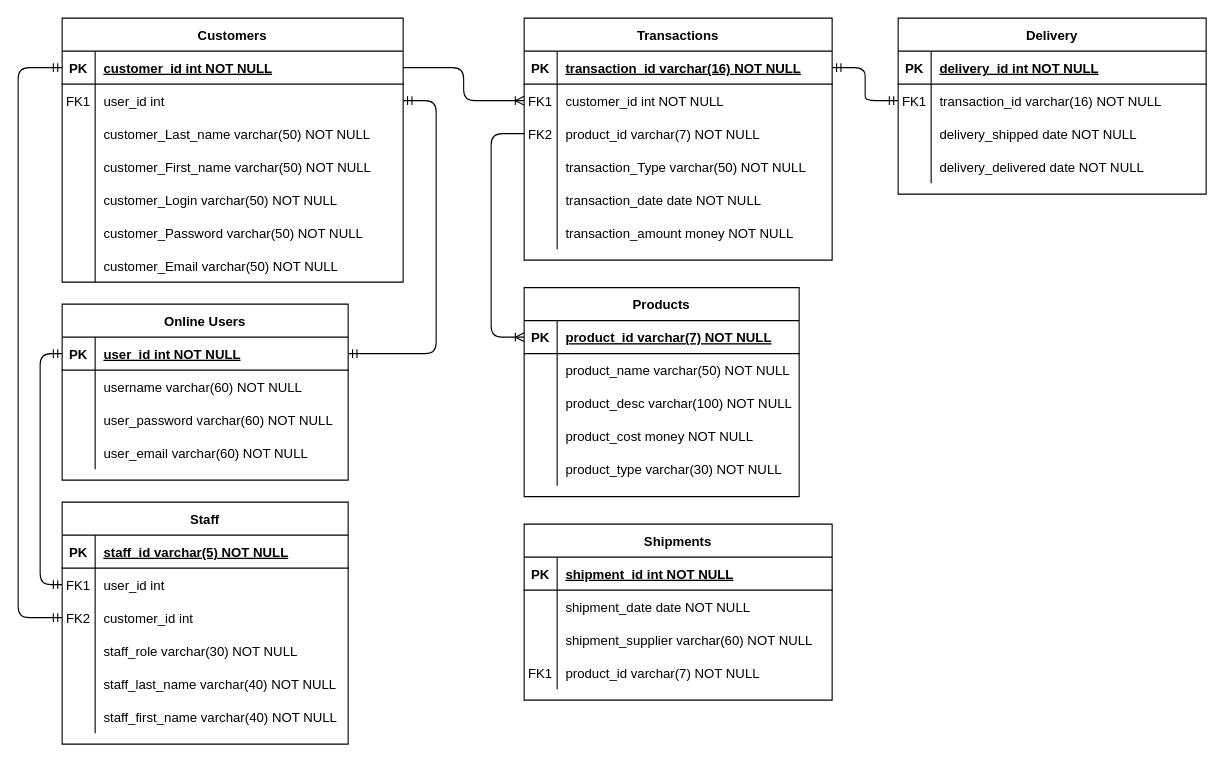
Above: Untitled Diagram.drawio in Jesse-Vasquez/Gobblin-Ghouls-n-Ghosts (draw.io), before the change. Source tidied: cells renumbered, new cells numbered last; positions are measured from the earlier drawing's top-left corner, leaving out a move shared by most shapes. Both pictures are drawn from the tidied source at 110%, with x=0, y=0 at pixel (18, 18).
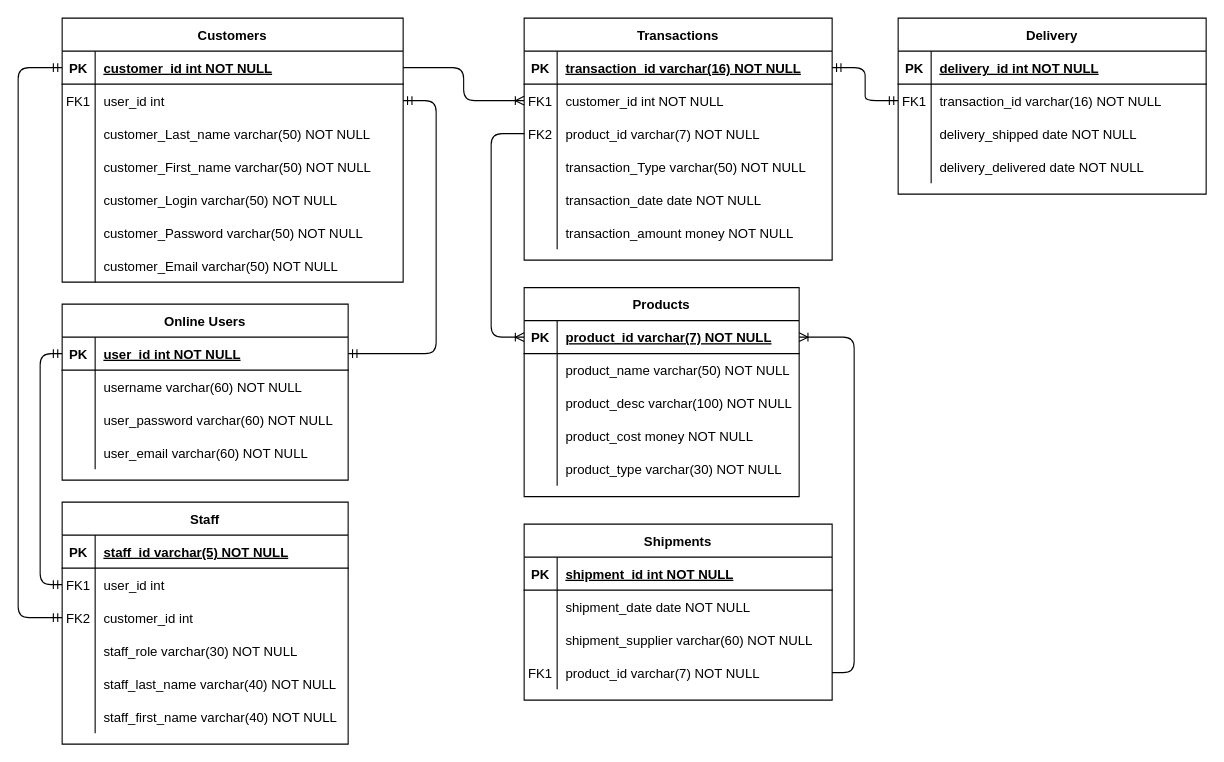
The same page after the edit.

Commit message:
Gobblin' Ghouls and Ghosts

The change refers to these unchanged cells:
```xml
<mxCell id="22" style="shape=partialRectangle;fillColor=none;points=[[0,0.5],[1,0.5]];portConstraint=eastwest;top=0;left=0;right=0;bottom=1;" parent="21" vertex="1">
  <mxGeometry y="30" width="250" height="30" as="geometry" />
</mxCell>
<mxCell id="69" style="shape=partialRectangle;fillColor=none;top=0;left=0;bottom=0;right=0;points=[[0,0.5],[1,0.5]];portConstraint=eastwest;" parent="59" vertex="1">
  <mxGeometry y="120" width="280" height="30" as="geometry" />
</mxCell>
```

Diff of the diagram source:
```diff
@@
+    <mxCell id="123" style="edgeStyle=elbowEdgeStyle;fontSize=12;html=1;endArrow=ERoneToMany;exitX=1;exitY=0.5;exitDx=0;exitDy=0;entryX=1;entryY=0.5;entryDx=0;entryDy=0;" parent="1" edge="1" source="69" target="22">
+      <mxGeometry relative="1" as="geometry">
+        <Array as="points">
+          <mxPoint x="760" y="400" />
+          <mxPoint x="430" y="400" />
+        </Array>
+      </mxGeometry>
+    </mxCell>
```
